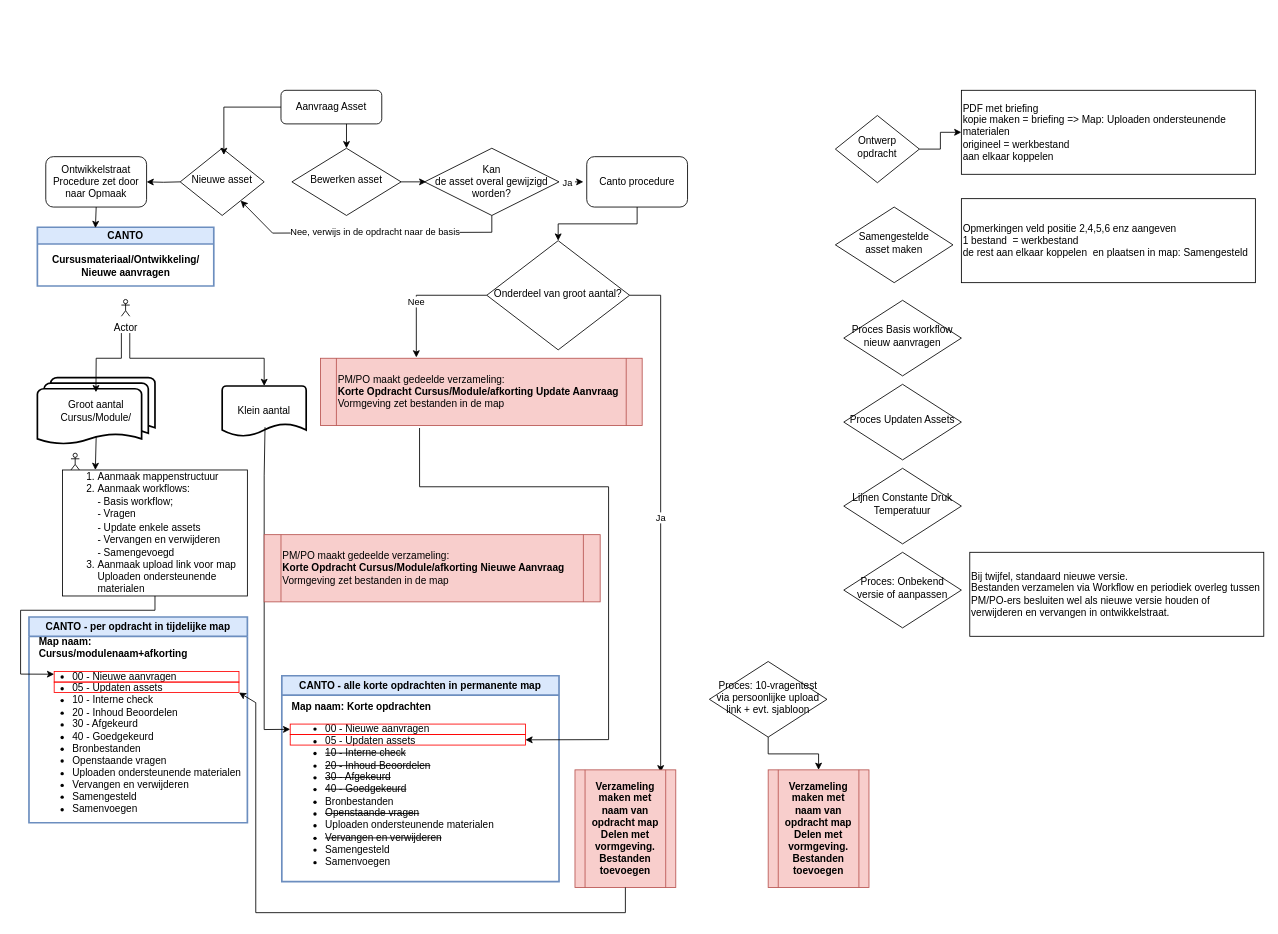
Earlier version of the draw.io diagram page "Page-1" (1 of 2) of ProcessenAssets.drawio (MediaROVC/Berekening_Ohm). Source tidied: cells renumbered, new cells numbered last; positions are measured from the earlier drawing's top-left corner, leaving out a move shared by most shapes. Both pictures are drawn from the tidied source at 84%, with x=0, y=0 at pixel (20, 90).
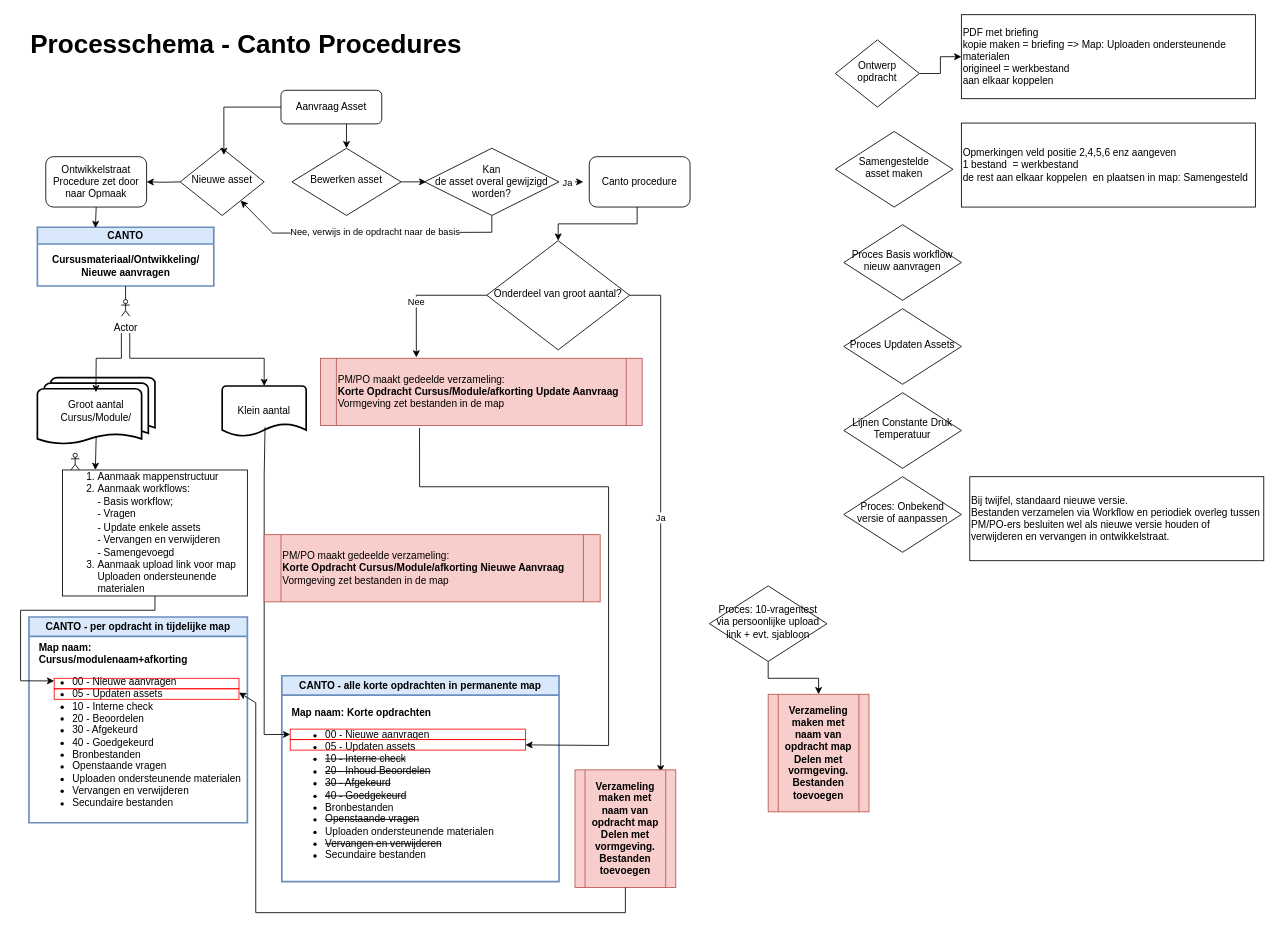
The same diagram, later.

Unchanged cells that the change refers to:
```xml
<mxCell id="5" value="Onderdeel van groot aantal?" style="rhombus;whiteSpace=wrap;html=1;shadow=0;fontFamily=Helvetica;fontSize=12;align=center;strokeWidth=1;spacing=6;spacingTop=-4;" parent="1" vertex="1">
  <mxGeometry x="555" y="179" width="170" height="130" as="geometry" />
</mxCell>
<mxCell id="6" value="Klein aantal" style="strokeWidth=2;html=1;shape=mxgraph.flowchart.document2;whiteSpace=wrap;size=0.25;" parent="1" vertex="1">
  <mxGeometry x="240" y="352" width="100" height="60" as="geometry" />
</mxCell>
<mxCell id="13" value="CANTO - per opdracht in tijdelijke map" style="swimlane;whiteSpace=wrap;html=1;spacing=0;strokeWidth=2;fillColor=#dae8fc;strokeColor=#6c8ebf;" parent="1" vertex="1">
  <mxGeometry x="10" y="627" width="260" height="245" as="geometry" />
</mxCell>
<mxCell id="16" value="CANTO" style="swimlane;whiteSpace=wrap;html=1;startSize=20;strokeWidth=2;fillColor=#dae8fc;strokeColor=#6c8ebf;" parent="1" vertex="1">
  <mxGeometry x="20" y="163" width="210" height="70" as="geometry" />
</mxCell>
<mxCell id="18" value="CANTO - alle korte opdrachten in permanente map" style="swimlane;whiteSpace=wrap;html=1;spacing=0;strokeWidth=2;fillColor=#dae8fc;strokeColor=#6c8ebf;" parent="1" vertex="1">
  <mxGeometry x="311" y="697" width="330" height="245" as="geometry" />
</mxCell>
<mxCell id="23" value="&lt;ol&gt;&lt;li&gt;Aanmaak mappenstructuur&lt;/li&gt;&lt;li&gt;Aanmaak workflows:&lt;br&gt;- Basis workflow;&lt;br&gt;- Vragen&lt;br&gt;- Update enkele assets&lt;a style=&quot;box-sizing: border-box; background-color: rgb(255, 255, 255); color: rgb(51, 51, 51); cursor: pointer; font-family: canto-font; font-size: 15px;&quot; class=&quot;accordion-toggle&quot; tabindex=&quot;0&quot;&gt;&lt;span style=&quot;box-sizing: border-box;&quot; class=&quot;ng-binding&quot;&gt;&lt;br&gt;&lt;/span&gt;&lt;/a&gt;- Vervangen en verwijderen&lt;br&gt;- Samengevoegd&lt;/li&gt;&lt;li&gt;Aanmaak upload link voor map Uploaden ondersteunende materialen&lt;/li&gt;&lt;/ol&gt;" style="rounded=0;whiteSpace=wrap;html=1;align=left;" parent="1" vertex="1">
  <mxGeometry x="50" y="452" width="220" height="150" as="geometry" />
</mxCell>
<mxCell id="50" value="Actor" style="shape=umlActor;verticalLabelPosition=bottom;verticalAlign=top;html=1;outlineConnect=0;" parent="1" vertex="1">
  <mxGeometry x="120" y="249" width="10" height="20" as="geometry" />
</mxCell>
<mxCell id="52" value="PM/PO maakt gedeelde verzameling:&lt;div&gt;&lt;b&gt;Korte Opdracht Cursus/Module/afkorting Update Aanvraag&lt;/b&gt;&lt;/div&gt;&lt;div&gt;Vormgeving zet bestanden in de map&lt;/div&gt;" style="shape=process;whiteSpace=wrap;html=1;backgroundOutline=1;align=left;size=0.05;fillColor=#f8cecc;strokeColor=#b85450;" parent="1" vertex="1">
  <mxGeometry x="357" y="319" width="383" height="80" as="geometry" />
</mxCell>
```

The edit, as a diff of the source:
```diff
@@
     <mxCell id="4" value="Ontwerp opdracht" style="rhombus;whiteSpace=wrap;html=1;shadow=0;fontFamily=Helvetica;fontSize=12;align=center;strokeWidth=1;spacing=6;spacingTop=-4;" parent="1" vertex="1">
-      <mxGeometry x="970" y="30" width="100" height="80" as="geometry" />
+      <mxGeometry x="970" y="-60" width="100" height="80" as="geometry" />
     </mxCell>
@@
     <mxCell id="12" value="Canto procedure" style="rounded=1;whiteSpace=wrap;html=1;fontSize=12;glass=0;strokeWidth=1;shadow=0;" parent="1" vertex="1">
-      <mxGeometry x="674" y="79" width="120" height="60" as="geometry" />
+      <mxGeometry x="677" y="79" width="120" height="60" as="geometry" />
     </mxCell>
@@
-    <mxCell id="14" value="&lt;span style=&quot;font-weight: 700; text-align: center; text-wrap: wrap; background-color: initial;&quot;&gt;Map naam: Cursus/modulenaam+afkorting&lt;/span&gt;&lt;br&gt;&lt;ul&gt;&lt;li&gt;00 - Nieuwe aanvragen&lt;/li&gt;&lt;li&gt;05 - Updaten assets&lt;/li&gt;&lt;li&gt;10 - Interne check&lt;/li&gt;&lt;li&gt;20 - Inhoud Beoordelen&lt;/li&gt;&lt;li&gt;30 - Afgekeurd&lt;/li&gt;&lt;li&gt;40 - Goedgekeurd&lt;/li&gt;&lt;li&gt;Bronbestanden&lt;/li&gt;&lt;li&gt;Openstaande vragen&lt;/li&gt;&lt;li&gt;Uploaden ondersteunende materialen&lt;/li&gt;&lt;li&gt;Vervangen en verwijderen&lt;/li&gt;&lt;li&gt;Samengesteld&lt;/li&gt;&lt;li&gt;Samenvoegen&lt;/li&gt;&lt;/ul&gt;" style="text;html=1;align=left;verticalAlign=middle;strokeColor=none;fillColor=none;" parent="13" vertex="1">
-      <mxGeometry x="10" y="25" width="270" height="220" as="geometry" />
+    <mxCell id="14" value="&lt;span style=&quot;font-weight: 700; text-align: center; text-wrap: wrap; background-color: initial;&quot;&gt;Map naam: Cursus/modulenaam+afkorting&lt;/span&gt;&lt;br&gt;&lt;ul&gt;&lt;li&gt;00 - Nieuwe aanvragen&lt;/li&gt;&lt;li&gt;05 - Updaten assets&lt;/li&gt;&lt;li&gt;10 - Interne check&lt;/li&gt;&lt;li&gt;20 - Beoordelen&lt;/li&gt;&lt;li&gt;30 - Afgekeurd&lt;/li&gt;&lt;li&gt;40 - Goedgekeurd&lt;/li&gt;&lt;li&gt;Bronbestanden&lt;/li&gt;&lt;li&gt;Openstaande vragen&lt;/li&gt;&lt;li&gt;Uploaden ondersteunende materialen&lt;/li&gt;&lt;li&gt;Vervangen en verwijderen&lt;/li&gt;&lt;li&gt;Secundaire bestanden&lt;/li&gt;&lt;/ul&gt;" style="text;html=1;align=left;verticalAlign=middle;strokeColor=none;fillColor=none;" parent="13" vertex="1">
+      <mxGeometry x="10" y="30" width="270" height="210" as="geometry" />
     </mxCell>
     <mxCell id="15" style="rounded=0;whiteSpace=wrap;html=1;fillColor=none;strokeColor=#FF0000;" parent="13" vertex="1">
-      <mxGeometry x="30" y="65" width="220" height="12.5" as="geometry" />
+      <mxGeometry x="30" y="73" width="220" height="12.5" as="geometry" />
     </mxCell>
@@
-    <mxCell id="19" value="&lt;span style=&quot;font-weight: 700; text-align: center; text-wrap: wrap; background-color: initial;&quot;&gt;Map naam: Korte opdrachten&lt;/span&gt;&lt;br&gt;&lt;ul&gt;&lt;li&gt;00 - Nieuwe aanvragen&lt;/li&gt;&lt;li&gt;05 - Updaten assets&lt;/li&gt;&lt;li&gt;&lt;strike&gt;10 - Interne check&lt;/strike&gt;&lt;/li&gt;&lt;li&gt;&lt;strike&gt;20 - Inhoud Beoordelen&lt;/strike&gt;&lt;/li&gt;&lt;li&gt;&lt;strike&gt;30 - Afgekeurd&lt;/strike&gt;&lt;/li&gt;&lt;li&gt;&lt;strike&gt;40 - Goedgekeurd&lt;/strike&gt;&lt;/li&gt;&lt;li&gt;Bronbestanden&lt;/li&gt;&lt;li&gt;&lt;strike&gt;Openstaande vragen&lt;/strike&gt;&lt;/li&gt;&lt;li&gt;Uploaden ondersteunende materialen&lt;/li&gt;&lt;li&gt;&lt;strike&gt;Vervangen en verwijderen&lt;/strike&gt;&lt;/li&gt;&lt;li&gt;Samengesteld&lt;/li&gt;&lt;li&gt;Samenvoegen&lt;/li&gt;&lt;/ul&gt;" style="text;html=1;align=left;verticalAlign=middle;strokeColor=none;fillColor=none;" parent="18" vertex="1">
-      <mxGeometry x="10" y="25" width="260" height="220" as="geometry" />
+    <mxCell id="19" value="&lt;span style=&quot;font-weight: 700; text-align: center; text-wrap: wrap; background-color: initial;&quot;&gt;Map naam: Korte opdrachten&lt;/span&gt;&lt;br&gt;&lt;ul&gt;&lt;li&gt;00 - Nieuwe aanvragen&lt;/li&gt;&lt;li&gt;05 - Updaten assets&lt;/li&gt;&lt;li&gt;&lt;strike&gt;10 - Interne check&lt;/strike&gt;&lt;/li&gt;&lt;li&gt;&lt;strike&gt;20 - Inhoud Beoordelen&lt;/strike&gt;&lt;/li&gt;&lt;li&gt;&lt;strike&gt;30 - Afgekeurd&lt;/strike&gt;&lt;/li&gt;&lt;li&gt;&lt;strike&gt;40 - Goedgekeurd&lt;/strike&gt;&lt;/li&gt;&lt;li&gt;Bronbestanden&lt;/li&gt;&lt;li&gt;&lt;strike&gt;Openstaande vragen&lt;/strike&gt;&lt;/li&gt;&lt;li&gt;Uploaden ondersteunende materialen&lt;/li&gt;&lt;li&gt;&lt;strike&gt;Vervangen en verwijderen&lt;/strike&gt;&lt;/li&gt;&lt;li&gt;Secundaire bestanden&lt;/li&gt;&lt;/ul&gt;" style="text;html=1;align=left;verticalAlign=middle;strokeColor=none;fillColor=none;" parent="18" vertex="1">
+      <mxGeometry x="10" y="30" width="260" height="210" as="geometry" />
     </mxCell>
     <mxCell id="20" style="rounded=0;whiteSpace=wrap;html=1;fillColor=none;strokeColor=#FF0000;" parent="18" vertex="1">
-      <mxGeometry x="10" y="70" width="280" height="12.5" as="geometry" />
+      <mxGeometry x="10" y="76" width="280" height="12.5" as="geometry" />
     </mxCell>
     <mxCell id="21" style="rounded=0;whiteSpace=wrap;html=1;fillColor=none;strokeColor=#FF0000;" parent="18" vertex="1">
-      <mxGeometry x="10" y="57.5" width="280" height="12.5" as="geometry" />
+      <mxGeometry x="10" y="63.5" width="280" height="12.5" as="geometry" />
     </mxCell>
@@
-    <mxCell id="29" style="endArrow=classic;html=1;rounded=0;entryX=0.5;entryY=0;entryDx=0;entryDy=0;exitX=0.5;exitY=1;exitDx=0;exitDy=0;" parent="1" edge="1" source="12" target="5">
+    <mxCell id="29" style="endArrow=classic;html=1;rounded=0;entryX=0.5;entryY=0;entryDx=0;entryDy=0;exitX=0.5;exitY=1;exitDx=0;exitDy=0;" parent="1" edge="1" target="5">
       <mxGeometry relative="1" as="geometry">
+        <mxPoint x="734" y="139" as="sourcePoint" />
         <Array as="points">
           <mxPoint x="734" y="159" />
           <mxPoint x="640" y="159" />
         </Array>
       </mxGeometry>
     </mxCell>
     <mxCell id="30" style="endArrow=classic;html=1;rounded=0;exitX=0.51;exitY=0.817;exitDx=0;exitDy=0;exitPerimeter=0;entryX=0;entryY=0.5;entryDx=0;entryDy=0;" parent="1" edge="1" source="6" target="21">
       <mxGeometry relative="1" as="geometry">
         <Array as="points">
           <mxPoint x="290" y="459" />
-          <mxPoint x="290" y="761" />
+          <mxPoint x="290" y="767" />
         </Array>
       </mxGeometry>
     </mxCell>
@@
     <mxCell id="34" style="rounded=0;whiteSpace=wrap;html=1;fillColor=none;strokeColor=#FF0000;" parent="1" vertex="1">
-      <mxGeometry x="40" y="704.5" width="220" height="12.5" as="geometry" />
+      <mxGeometry x="40" y="712.5" width="220" height="12.5" as="geometry" />
     </mxCell>
     <mxCell id="35" value="Samengestelde&lt;div&gt;asset maken&lt;/div&gt;" style="rhombus;whiteSpace=wrap;html=1;shadow=0;fontFamily=Helvetica;fontSize=12;align=center;strokeWidth=1;spacing=6;spacingTop=-4;" parent="1" vertex="1">
-      <mxGeometry x="970" y="139" width="140" height="90" as="geometry" />
+      <mxGeometry x="970" y="49" width="140" height="90" as="geometry" />
     </mxCell>
     <mxCell id="36" value="PDF met briefing&lt;br&gt;kopie maken = briefing =&amp;gt; Map: Uploaden ondersteunende materialen&lt;div&gt;origineel = werkbestand&lt;/div&gt;&lt;div&gt;aan elkaar koppelen&lt;/div&gt;" style="rounded=0;whiteSpace=wrap;html=1;align=left;" parent="1" vertex="1">
-      <mxGeometry x="1120" width="350" height="100" as="geometry" />
+      <mxGeometry x="1120" y="-90" width="350" height="100" as="geometry" />
     </mxCell>
     <mxCell id="37" value="Opmerkingen veld positie 2,4,5,6 enz aangeven&lt;br&gt;&lt;div&gt;1 bestand&amp;nbsp; = werkbestand&lt;/div&gt;&lt;div&gt;de rest aan elkaar koppelen&amp;nbsp; en plaatsen in map: Samengesteld&lt;/div&gt;" style="rounded=0;whiteSpace=wrap;html=1;align=left;" parent="1" vertex="1">
-      <mxGeometry x="1120" y="129" width="350" height="100" as="geometry" />
+      <mxGeometry x="1120" y="39" width="350" height="100" as="geometry" />
     </mxCell>
     <mxCell id="38" value="Proces Basis workflow nieuw aanvragen" style="rhombus;whiteSpace=wrap;html=1;shadow=0;fontFamily=Helvetica;fontSize=12;align=center;strokeWidth=1;spacing=6;spacingTop=-4;" parent="1" vertex="1">
-      <mxGeometry x="980" y="250" width="140" height="90" as="geometry" />
+      <mxGeometry x="980" y="160" width="140" height="90" as="geometry" />
     </mxCell>
     <mxCell id="39" value="Proces Updaten Assets" style="rhombus;whiteSpace=wrap;html=1;shadow=0;fontFamily=Helvetica;fontSize=12;align=center;strokeWidth=1;spacing=6;spacingTop=-4;" parent="1" vertex="1">
-      <mxGeometry x="980" y="350" width="140" height="90" as="geometry" />
+      <mxGeometry x="980" y="260" width="140" height="90" as="geometry" />
     </mxCell>
     <mxCell id="40" style="endArrow=classic;html=1;rounded=0;exitX=0.308;exitY=1.038;exitDx=0;exitDy=0;entryX=1;entryY=0.5;entryDx=0;entryDy=0;exitPerimeter=0;" parent="1" edge="1" source="52" target="20">
       <mxGeometry relative="1" as="geometry">
         <Array as="points">
           <mxPoint x="475" y="472" />
           <mxPoint x="700" y="472" />
-          <mxPoint x="700" y="773" />
+          <mxPoint x="700" y="780" />
         </Array>
       </mxGeometry>
     </mxCell>
     <mxCell id="41" value="Lijnen Constante Druk Temperatuur" style="rhombus;whiteSpace=wrap;html=1;shadow=0;fontFamily=Helvetica;fontSize=12;align=center;strokeWidth=1;spacing=6;spacingTop=-4;" parent="1" vertex="1">
-      <mxGeometry x="980" y="450" width="140" height="90" as="geometry" />
+      <mxGeometry x="980" y="360" width="140" height="90" as="geometry" />
     </mxCell>
@@
     <mxCell id="49" style="endArrow=classic;html=1;rounded=0;exitX=0.5;exitY=1;exitDx=0;exitDy=0;entryX=0;entryY=0.25;entryDx=0;entryDy=0;" parent="1" edge="1" source="23" target="15">
       <mxGeometry relative="1" as="geometry">
         <Array as="points">
           <mxPoint x="160" y="619" />
           <mxPoint y="619" />
-          <mxPoint y="695" />
+          <mxPoint y="703" />
         </Array>
       </mxGeometry>
     </mxCell>
@@
     <mxCell id="53" value="Proces: Onbekend versie of aanpassen" style="rhombus;whiteSpace=wrap;html=1;shadow=0;fontFamily=Helvetica;fontSize=12;align=center;strokeWidth=1;spacing=6;spacingTop=-4;" parent="1" vertex="1">
-      <mxGeometry x="980" y="550" width="140" height="90" as="geometry" />
+      <mxGeometry x="980" y="460" width="140" height="90" as="geometry" />
     </mxCell>
     <mxCell id="54" value="Bij twijfel, standaard nieuwe versie.&lt;div&gt;Bestanden verzamelen via Workflow en periodiek overleg tussen PM/PO-ers besluiten wel als nieuwe versie houden of verwijderen en vervangen in ontwikkelstraat.&lt;/div&gt;" style="rounded=0;whiteSpace=wrap;html=1;align=left;" parent="1" vertex="1">
-      <mxGeometry x="1130" y="550" width="350" height="100" as="geometry" />
+      <mxGeometry x="1130" y="460" width="350" height="100" as="geometry" />
     </mxCell>
@@
     <mxCell id="58" value="Proces: 10-vragentest&lt;div&gt;via persoonlijke upload link + evt. sjabloon&lt;/div&gt;" style="rhombus;whiteSpace=wrap;html=1;shadow=0;fontFamily=Helvetica;fontSize=12;align=center;strokeWidth=1;spacing=6;spacingTop=-4;" parent="1" vertex="1">
-      <mxGeometry x="820" y="680" width="140" height="90" as="geometry" />
+      <mxGeometry x="820" y="590" width="140" height="90" as="geometry" />
     </mxCell>
     <mxCell id="59" value="&lt;b&gt;Verzameling maken met naam van opdracht map&lt;/b&gt;&lt;div&gt;&lt;b&gt;Delen met vormgeving. Bestanden toevoegen&lt;/b&gt;&lt;/div&gt;" style="shape=process;whiteSpace=wrap;html=1;backgroundOutline=1;fillColor=#f8cecc;strokeColor=#b85450;" parent="1" vertex="1">
-      <mxGeometry x="890" y="809" width="120" height="140" as="geometry" />
+      <mxGeometry x="890" y="719" width="120" height="140" as="geometry" />
     </mxCell>
+    <mxCell id="60" value="&lt;b&gt;&lt;font style=&quot;font-size: 31px;&quot;&gt;Processchema - Canto Procedures&lt;/font&gt;&lt;/b&gt;" style="text;html=1;align=left;verticalAlign=middle;whiteSpace=wrap;rounded=0;" parent="1" vertex="1">
+      <mxGeometry x="10" y="-70" width="600" height="30" as="geometry" />
+    </mxCell>
+    <mxCell id="61" style="endArrow=none;html=1;rounded=0;entryX=0.5;entryY=1;entryDx=0;entryDy=0;exitX=0.5;exitY=0;exitDx=0;exitDy=0;exitPerimeter=0;" parent="1" edge="1" source="50" target="16">
+      <mxGeometry relative="1" as="geometry" />
+    </mxCell>
```
